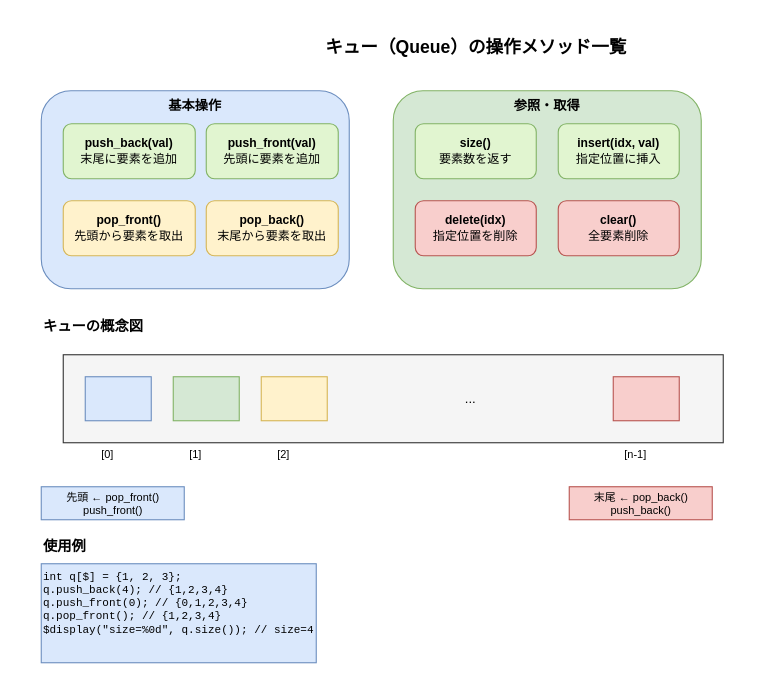
The draw.io diagram images/systemverilog-guidebook/ch04_queue_operations.drawio in aquaxis/webdoc, before the edit. Source tidied: cells renumbered, new cells numbered last; positions are measured from the earlier drawing's top-left corner, leaving out a move shared by most shapes. Both pictures are drawn from the tidied source at 110%, with x=0, y=0 at pixel (41, 24).
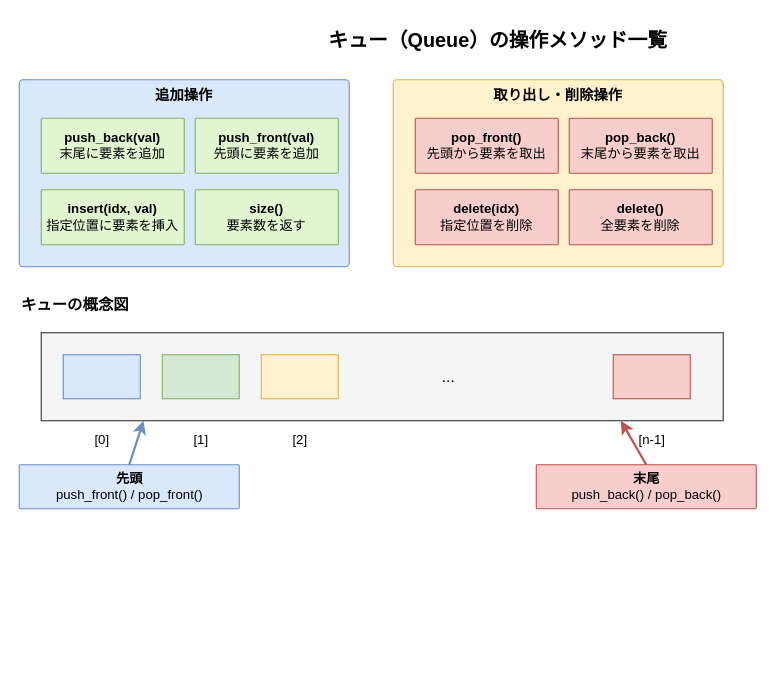
After the change.

Change to the diagram source:
```diff
@@
-    <mxCell id="2" value="&lt;b&gt;キュー（Queue）の操作メソッド一覧&lt;/b&gt;" style="text;html=1;align=center;verticalAlign=middle;strokeColor=none;fillColor=none;fontSize=16;" parent="1" vertex="1">
-      <mxGeometry x="220" width="350" height="40" as="geometry" />
+    <mxCell id="2" value="&lt;b&gt;キュー（Queue）の操作メソッド一覧&lt;/b&gt;" style="text;html=1;align=center;verticalAlign=middle;strokeColor=none;fillColor=none;fontSize=18;" parent="1" vertex="1">
+      <mxGeometry x="230" y="-5" width="370" height="40" as="geometry" />
     </mxCell>
-    <mxCell id="3" value="&lt;b&gt;基本操作&lt;/b&gt;" style="rounded=1;whiteSpace=wrap;html=1;fillColor=#dae8fc;strokeColor=#6c8ebf;fontSize=12;verticalAlign=top;" parent="1" vertex="1">
-      <mxGeometry y="60" width="280" height="180" as="geometry" />
+    <mxCell id="3" value="&lt;b&gt;追加操作&lt;/b&gt;" style="rounded=1;arcSize=2;whiteSpace=wrap;html=1;fillColor=#dae8fc;strokeColor=#6c8ebf;fontSize=13;verticalAlign=top;" parent="1" vertex="1">
+      <mxGeometry x="-20" y="50" width="300" height="170" as="geometry" />
     </mxCell>
-    <mxCell id="4" value="&lt;b&gt;push_back(val)&lt;/b&gt;&lt;br&gt;末尾に要素を追加" style="rounded=1;whiteSpace=wrap;html=1;fillColor=#e1f5d0;strokeColor=#82b366;fontSize=11;verticalAlign=middle;" parent="1" vertex="1">
-      <mxGeometry x="20" y="90" width="120" height="50" as="geometry" />
+    <mxCell id="4" value="&lt;b&gt;push_back(val)&lt;/b&gt;&lt;br&gt;末尾に要素を追加" style="rounded=1;arcSize=2;whiteSpace=wrap;html=1;fillColor=#e1f5d0;strokeColor=#82b366;fontSize=12;verticalAlign=middle;" parent="1" vertex="1">
+      <mxGeometry y="85" width="130" height="50" as="geometry" />
     </mxCell>
-    <mxCell id="5" value="&lt;b&gt;push_front(val)&lt;/b&gt;&lt;br&gt;先頭に要素を追加" style="rounded=1;whiteSpace=wrap;html=1;fillColor=#e1f5d0;strokeColor=#82b366;fontSize=11;verticalAlign=middle;" parent="1" vertex="1">
-      <mxGeometry x="150" y="90" width="120" height="50" as="geometry" />
+    <mxCell id="5" value="&lt;b&gt;push_front(val)&lt;/b&gt;&lt;br&gt;先頭に要素を追加" style="rounded=1;arcSize=2;whiteSpace=wrap;html=1;fillColor=#e1f5d0;strokeColor=#82b366;fontSize=12;verticalAlign=middle;" parent="1" vertex="1">
+      <mxGeometry x="140" y="85" width="130" height="50" as="geometry" />
     </mxCell>
-    <mxCell id="6" value="&lt;b&gt;pop_front()&lt;/b&gt;&lt;br&gt;先頭から要素を取出" style="rounded=1;whiteSpace=wrap;html=1;fillColor=#fff2cc;strokeColor=#d6b656;fontSize=11;verticalAlign=middle;" parent="1" vertex="1">
-      <mxGeometry x="20" y="160" width="120" height="50" as="geometry" />
+    <mxCell id="6" value="&lt;b&gt;insert(idx, val)&lt;/b&gt;&lt;br&gt;指定位置に要素を挿入" style="rounded=1;arcSize=2;whiteSpace=wrap;html=1;fillColor=#e1f5d0;strokeColor=#82b366;fontSize=12;verticalAlign=middle;" parent="1" vertex="1">
+      <mxGeometry y="150" width="130" height="50" as="geometry" />
     </mxCell>
-    <mxCell id="7" value="&lt;b&gt;pop_back()&lt;/b&gt;&lt;br&gt;末尾から要素を取出" style="rounded=1;whiteSpace=wrap;html=1;fillColor=#fff2cc;strokeColor=#d6b656;fontSize=11;verticalAlign=middle;" parent="1" vertex="1">
-      <mxGeometry x="150" y="160" width="120" height="50" as="geometry" />
-    </mxCell>
+    <mxCell id="28" value="&lt;b&gt;size()&lt;/b&gt;&lt;br&gt;要素数を返す" style="rounded=1;arcSize=2;whiteSpace=wrap;html=1;fillColor=#e1f5d0;strokeColor=#82b366;fontSize=12;verticalAlign=middle;" parent="1" vertex="1">
+      <mxGeometry x="140" y="150" width="130" height="50" as="geometry" />
+    </mxCell>
-    <mxCell id="8" value="&lt;b&gt;参照・取得&lt;/b&gt;" style="rounded=1;whiteSpace=wrap;html=1;fillColor=#d5e8d4;strokeColor=#82b366;fontSize=12;verticalAlign=top;" parent="1" vertex="1">
-      <mxGeometry x="320" y="60" width="280" height="180" as="geometry" />
+    <mxCell id="8" value="&lt;b&gt;取り出し・削除操作&lt;/b&gt;" style="rounded=1;arcSize=2;whiteSpace=wrap;html=1;fillColor=#fff2cc;strokeColor=#d6b656;fontSize=13;verticalAlign=top;" parent="1" vertex="1">
+      <mxGeometry x="320" y="50" width="300" height="170" as="geometry" />
     </mxCell>
-    <mxCell id="9" value="&lt;b&gt;size()&lt;/b&gt;&lt;br&gt;要素数を返す" style="rounded=1;whiteSpace=wrap;html=1;fillColor=#e1f5d0;strokeColor=#82b366;fontSize=11;verticalAlign=middle;" parent="1" vertex="1">
-      <mxGeometry x="340" y="90" width="110" height="50" as="geometry" />
+    <mxCell id="9" value="&lt;b&gt;pop_front()&lt;/b&gt;&lt;br&gt;先頭から要素を取出" style="rounded=1;arcSize=2;whiteSpace=wrap;html=1;fillColor=#f8cecc;strokeColor=#b85450;fontSize=12;verticalAlign=middle;" parent="1" vertex="1">
+      <mxGeometry x="340" y="85" width="130" height="50" as="geometry" />
     </mxCell>
-    <mxCell id="10" value="&lt;b&gt;insert(idx, val)&lt;/b&gt;&lt;br&gt;指定位置に挿入" style="rounded=1;whiteSpace=wrap;html=1;fillColor=#e1f5d0;strokeColor=#82b366;fontSize=11;verticalAlign=middle;" parent="1" vertex="1">
-      <mxGeometry x="470" y="90" width="110" height="50" as="geometry" />
+    <mxCell id="10" value="&lt;b&gt;pop_back()&lt;/b&gt;&lt;br&gt;末尾から要素を取出" style="rounded=1;arcSize=2;whiteSpace=wrap;html=1;fillColor=#f8cecc;strokeColor=#b85450;fontSize=12;verticalAlign=middle;" parent="1" vertex="1">
+      <mxGeometry x="480" y="85" width="130" height="50" as="geometry" />
     </mxCell>
-    <mxCell id="11" value="&lt;b&gt;delete(idx)&lt;/b&gt;&lt;br&gt;指定位置を削除" style="rounded=1;whiteSpace=wrap;html=1;fillColor=#f8cecc;strokeColor=#b85450;fontSize=11;verticalAlign=middle;" parent="1" vertex="1">
-      <mxGeometry x="340" y="160" width="110" height="50" as="geometry" />
+    <mxCell id="11" value="&lt;b&gt;delete(idx)&lt;/b&gt;&lt;br&gt;指定位置を削除" style="rounded=1;arcSize=2;whiteSpace=wrap;html=1;fillColor=#f8cecc;strokeColor=#b85450;fontSize=12;verticalAlign=middle;" parent="1" vertex="1">
+      <mxGeometry x="340" y="150" width="130" height="50" as="geometry" />
     </mxCell>
-    <mxCell id="12" value="&lt;b&gt;clear()&lt;/b&gt;&lt;br&gt;全要素削除" style="rounded=1;whiteSpace=wrap;html=1;fillColor=#f8cecc;strokeColor=#b85450;fontSize=11;verticalAlign=middle;" parent="1" vertex="1">
-      <mxGeometry x="470" y="160" width="110" height="50" as="geometry" />
+    <mxCell id="12" value="&lt;b&gt;delete()&lt;/b&gt;&lt;br&gt;全要素を削除" style="rounded=1;arcSize=2;whiteSpace=wrap;html=1;fillColor=#f8cecc;strokeColor=#b85450;fontSize=12;verticalAlign=middle;" parent="1" vertex="1">
+      <mxGeometry x="480" y="150" width="130" height="50" as="geometry" />
     </mxCell>
-    <mxCell id="13" value="&lt;b&gt;キューの概念図&lt;/b&gt;" style="text;html=1;align=left;verticalAlign=top;strokeColor=none;fillColor=none;fontSize=13;" parent="1" vertex="1">
-      <mxGeometry y="260" width="120" height="30" as="geometry" />
+    <mxCell id="13" value="&lt;b&gt;キューの概念図&lt;/b&gt;" style="text;html=1;align=left;verticalAlign=top;strokeColor=none;fillColor=none;fontSize=14;" parent="1" vertex="1">
+      <mxGeometry x="-20" y="240" width="130" height="30" as="geometry" />
     </mxCell>
     <mxCell id="14" style="rounded=0;whiteSpace=wrap;html=1;strokeColor=#333333;fillColor=#f5f5f5;" parent="1" vertex="1">
-      <mxGeometry x="20" y="300" width="600" height="80" as="geometry" />
+      <mxGeometry y="280" width="620" height="80" as="geometry" />
     </mxCell>
-    <mxCell id="15" value="[0]" style="text;html=1;align=center;verticalAlign=middle;strokeColor=none;fillColor=none;fontSize=10;" parent="1" vertex="1">
-      <mxGeometry x="40" y="380" width="40" height="20" as="geometry" />
-    </mxCell>
-    <mxCell id="16" value="[1]" style="text;html=1;align=center;verticalAlign=middle;strokeColor=none;fillColor=none;fontSize=10;" parent="1" vertex="1">
-      <mxGeometry x="120" y="380" width="40" height="20" as="geometry" />
-    </mxCell>
-    <mxCell id="17" value="[2]" style="text;html=1;align=center;verticalAlign=middle;strokeColor=none;fillColor=none;fontSize=10;" parent="1" vertex="1">
-      <mxGeometry x="200" y="380" width="40" height="20" as="geometry" />
-    </mxCell>
-    <mxCell id="18" value="[n-1]" style="text;html=1;align=center;verticalAlign=middle;strokeColor=none;fillColor=none;fontSize=10;" parent="1" vertex="1">
-      <mxGeometry x="520" y="380" width="40" height="20" as="geometry" />
-    </mxCell>
     <mxCell id="19" style="rounded=0;whiteSpace=wrap;html=1;strokeColor=#6c8ebf;fillColor=#dae8fc;" parent="1" vertex="1">
-      <mxGeometry x="40" y="320" width="60" height="40" as="geometry" />
+      <mxGeometry x="20" y="300" width="70" height="40" as="geometry" />
     </mxCell>
     <mxCell id="20" style="rounded=0;whiteSpace=wrap;html=1;strokeColor=#82b366;fillColor=#d5e8d4;" parent="1" vertex="1">
-      <mxGeometry x="120" y="320" width="60" height="40" as="geometry" />
+      <mxGeometry x="110" y="300" width="70" height="40" as="geometry" />
     </mxCell>
     <mxCell id="21" style="rounded=0;whiteSpace=wrap;html=1;strokeColor=#d6b656;fillColor=#fff2cc;" parent="1" vertex="1">
-      <mxGeometry x="200" y="320" width="60" height="40" as="geometry" />
+      <mxGeometry x="200" y="300" width="70" height="40" as="geometry" />
     </mxCell>
-    <mxCell id="22" value="..." style="text;html=1;align=center;verticalAlign=middle;strokeColor=none;fillColor=none;fontSize=12;" parent="1" vertex="1">
-      <mxGeometry x="370" y="320" width="40" height="40" as="geometry" />
+    <mxCell id="22" value="..." style="text;html=1;align=center;verticalAlign=middle;strokeColor=none;fillColor=none;fontSize=14;" parent="1" vertex="1">
+      <mxGeometry x="350" y="305" width="40" height="30" as="geometry" />
     </mxCell>
     <mxCell id="23" style="rounded=0;whiteSpace=wrap;html=1;strokeColor=#b85450;fillColor=#f8cecc;" parent="1" vertex="1">
-      <mxGeometry x="520" y="320" width="60" height="40" as="geometry" />
+      <mxGeometry x="520" y="300" width="70" height="40" as="geometry" />
     </mxCell>
+    <mxCell id="15" value="[0]" style="text;html=1;align=center;verticalAlign=middle;strokeColor=none;fillColor=none;fontSize=12;" parent="1" vertex="1">
+      <mxGeometry x="35" y="365" width="40" height="25" as="geometry" />
+    </mxCell>
+    <mxCell id="16" value="[1]" style="text;html=1;align=center;verticalAlign=middle;strokeColor=none;fillColor=none;fontSize=12;" parent="1" vertex="1">
+      <mxGeometry x="125" y="365" width="40" height="25" as="geometry" />
+    </mxCell>
+    <mxCell id="17" value="[2]" style="text;html=1;align=center;verticalAlign=middle;strokeColor=none;fillColor=none;fontSize=12;" parent="1" vertex="1">
+      <mxGeometry x="215" y="365" width="40" height="25" as="geometry" />
+    </mxCell>
+    <mxCell id="18" value="[n-1]" style="text;html=1;align=center;verticalAlign=middle;strokeColor=none;fillColor=none;fontSize=12;" parent="1" vertex="1">
+      <mxGeometry x="530" y="365" width="50" height="25" as="geometry" />
+    </mxCell>
-    <mxCell id="24" value="先頭 ← pop_front()&lt;br&gt;push_front()" style="text;html=1;align=center;verticalAlign=middle;points=[];strokeColor=#6c8ebf;fillColor=#dae8fc;fontSize=10;" parent="1" vertex="1">
-      <mxGeometry y="420" width="130" height="30" as="geometry" />
+    <mxCell id="24" value="&lt;b&gt;先頭&lt;/b&gt;&lt;br&gt;push_front() / pop_front()" style="text;html=1;align=center;verticalAlign=middle;points=[];strokeColor=#6c8ebf;fillColor=#dae8fc;fontSize=12;rounded=1;arcSize=2;" parent="1" vertex="1">
+      <mxGeometry x="-20" y="400" width="200" height="40" as="geometry" />
     </mxCell>
-    <mxCell id="25" value="末尾 ← pop_back()&lt;br&gt;push_back()" style="text;html=1;align=center;verticalAlign=middle;points=[];strokeColor=#b85450;fillColor=#f8cecc;fontSize=10;" parent="1" vertex="1">
-      <mxGeometry x="480" y="420" width="130" height="30" as="geometry" />
+    <mxCell id="25" value="&lt;b&gt;末尾&lt;/b&gt;&lt;br&gt;push_back() / pop_back()" style="text;html=1;align=center;verticalAlign=middle;points=[];strokeColor=#b85450;fillColor=#f8cecc;fontSize=12;rounded=1;arcSize=2;" parent="1" vertex="1">
+      <mxGeometry x="450" y="400" width="200" height="40" as="geometry" />
     </mxCell>
-    <mxCell id="26" value="&lt;b&gt;使用例&lt;/b&gt;" style="text;html=1;align=left;verticalAlign=top;strokeColor=none;fillColor=none;fontSize=13;" parent="1" vertex="1">
-      <mxGeometry y="460" width="80" height="30" as="geometry" />
-    </mxCell>
-    <mxCell id="27" value="int q[$] = {1, 2, 3};&lt;br&gt;q.push_back(4);  // {1,2,3,4}&lt;br&gt;q.push_front(0); // {0,1,2,3,4}&lt;br&gt;q.pop_front();    // {1,2,3,4}&lt;br&gt;$display(&quot;size=%0d&quot;, q.size()); // size=4" style="text;html=1;align=left;verticalAlign=top;strokeColor=#6c8ebf;fillColor=#dae8fc;fontSize=10;fontFamily=Courier New;" parent="1" vertex="1">
-      <mxGeometry y="490" width="250" height="90" as="geometry" />
-    </mxCell>
+    <mxCell id="29" style="exitX=0.5;exitY=0;exitDx=0;exitDy=0;entryX=0.15;entryY=1;entryDx=0;entryDy=0;strokeWidth=2;strokeColor=#6c8ebf;endArrow=classic;" parent="1" edge="1" source="24" target="14">
+      <mxGeometry relative="1" as="geometry" />
+    </mxCell>
+    <mxCell id="30" style="exitX=0.5;exitY=0;exitDx=0;exitDy=0;entryX=0.85;entryY=1;entryDx=0;entryDy=0;strokeWidth=2;strokeColor=#b85450;endArrow=classic;" parent="1" edge="1" source="25" target="14">
+      <mxGeometry relative="1" as="geometry" />
+    </mxCell>
```
